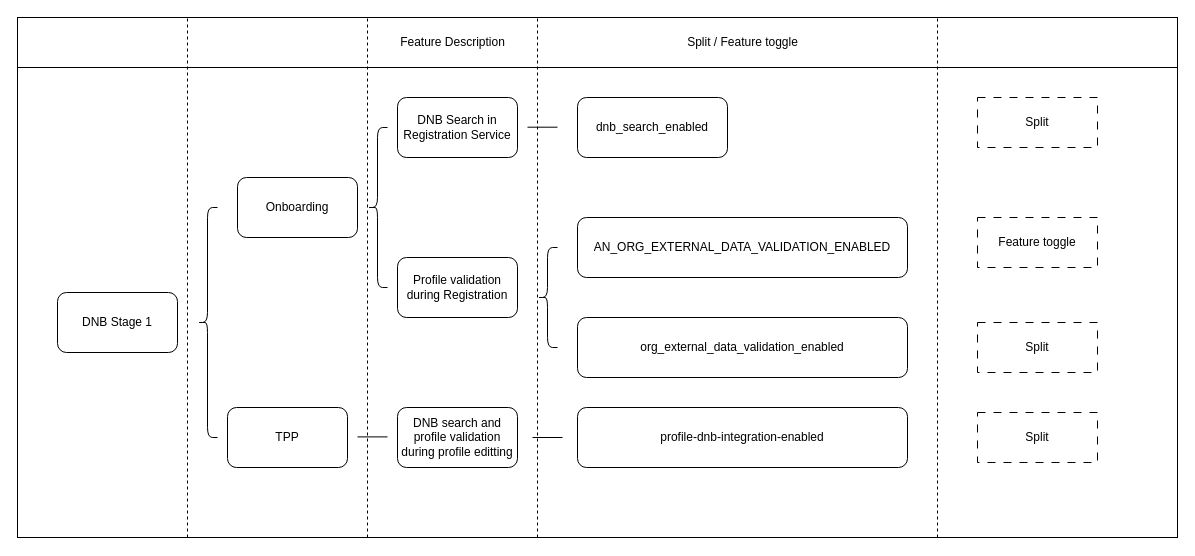
Before: page "Feature toggle relationship" (1 of 4) of DNB.drawio in huangshijie/Drawio, a draw.io diagram. Source tidied: cells renumbered, new cells numbered last; positions are measured from the earlier drawing's top-left corner, leaving out a move shared by most shapes. Both pictures are drawn from the tidied source at 100%, with x=0, y=0 at pixel (17, 17).
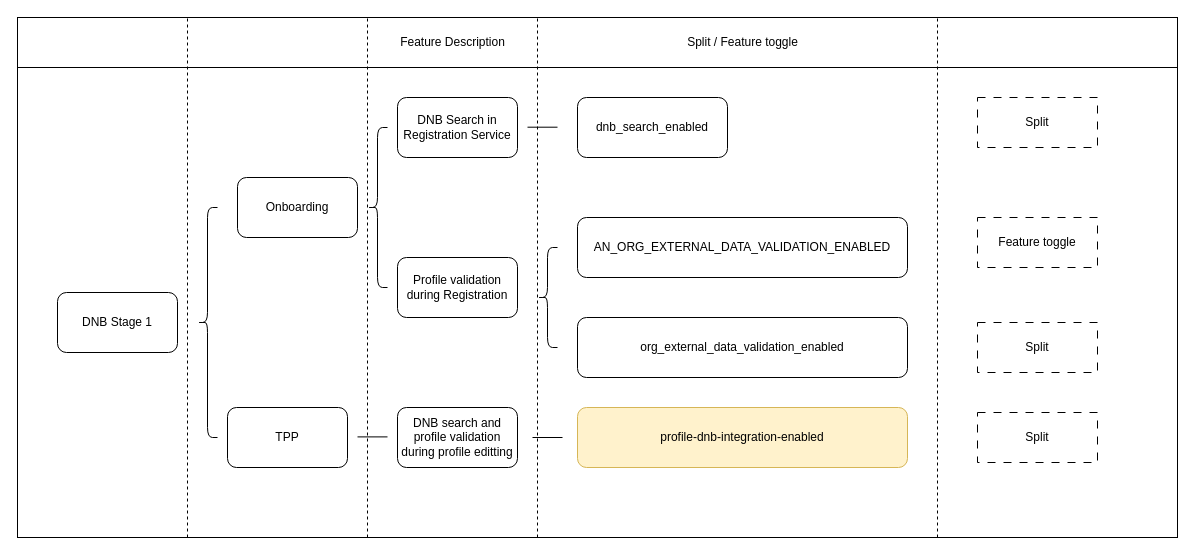
The same page after the edit.

The change refers to these unchanged cells:
```xml
<mxCell id="2" style="group;" parent="1" vertex="1">
  <mxGeometry width="1160" height="520" as="geometry" />
</mxCell>
```

Change to the diagram source:
```diff
@@
-    <mxCell id="17" value="profile-dnb-integration-enabled" style="rounded=1;whiteSpace=wrap;html=1;" parent="2" vertex="1">
+    <mxCell id="17" value="profile-dnb-integration-enabled" style="rounded=1;whiteSpace=wrap;html=1;fillColor=#fff2cc;strokeColor=#d6b656;" parent="2" vertex="1">
       <mxGeometry x="560" y="390" width="330" height="60" as="geometry" />
     </mxCell>
```
